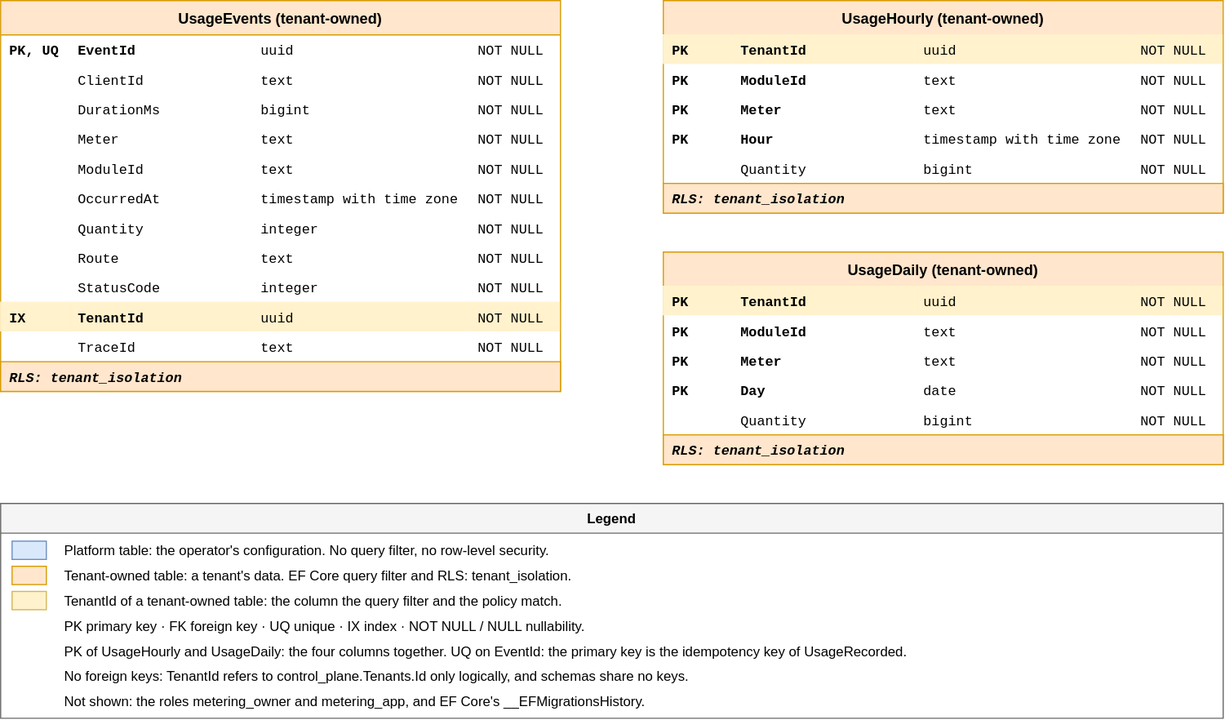
Above: content/docs/architecture/data-model-metering.drawio.svg in data-worx/homeport-site (draw.io), before the change. Source tidied: cells renumbered, new cells last; positions are measured from the earlier drawing's top-left corner, leaving out a move shared by most shapes.
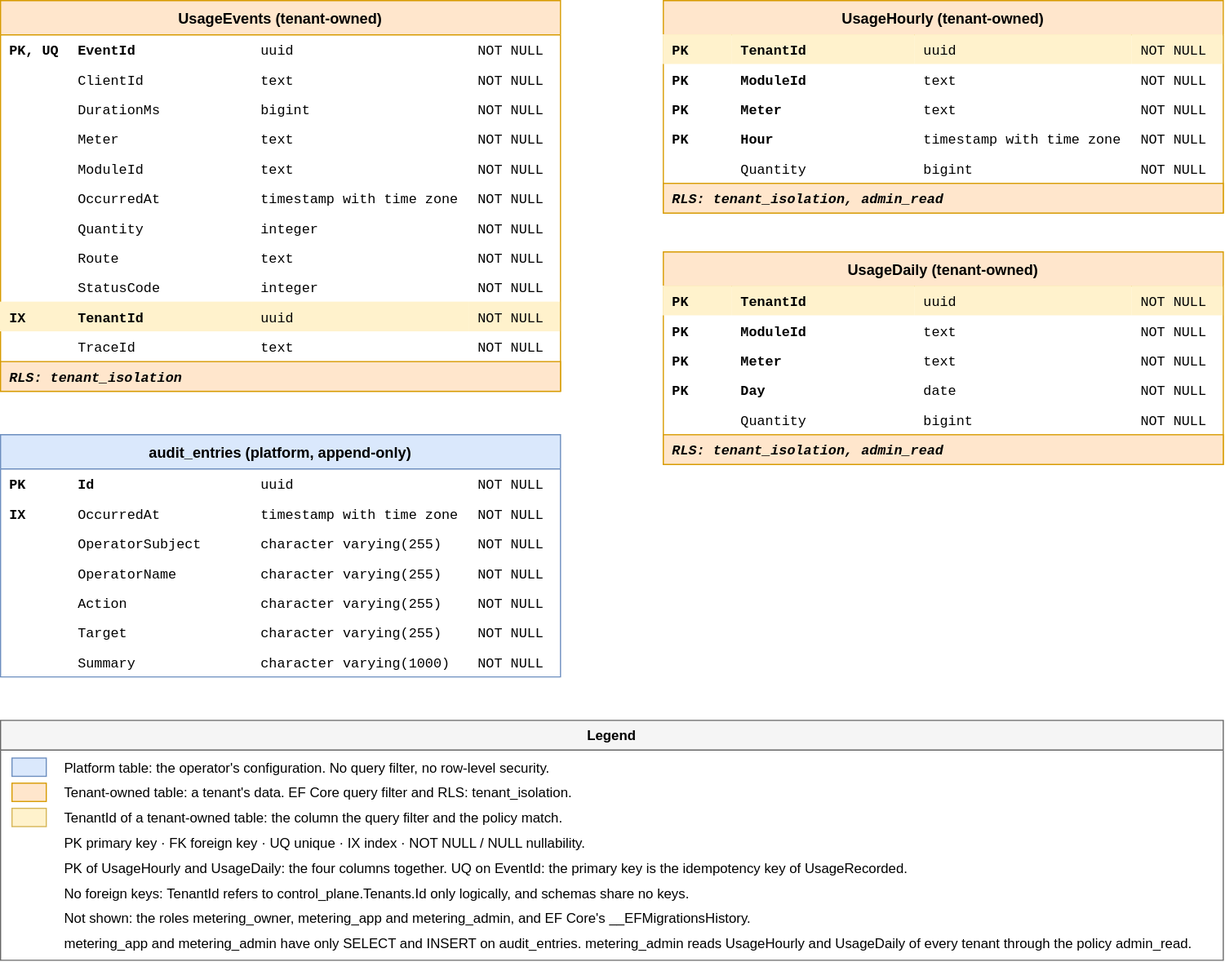
The same diagram one commit later.

What changed in the source:
```diff
@@ -203,7 +203,7 @@
     <mxCell id="68" value="NOT NULL" style="text;html=0;strokeColor=none;fillColor=none;fontFamily=Courier New;fontSize=12;align=left;verticalAlign=middle;spacingLeft=6;" parent="48" vertex="1">
       <mxGeometry x="410" y="134" width="80" height="26" as="geometry" />
     </mxCell>
-    <mxCell id="69" value="RLS: tenant_isolation" style="text;html=0;strokeColor=#d79b00;fillColor=#ffe6cc;fontFamily=Courier New;fontSize=12;fontStyle=3;align=left;verticalAlign=middle;spacingLeft=6;" parent="48" vertex="1">
+    <mxCell id="69" value="RLS: tenant_isolation, admin_read" style="text;html=0;strokeColor=#d79b00;fillColor=#ffe6cc;fontFamily=Courier New;fontSize=12;fontStyle=3;align=left;verticalAlign=middle;spacingLeft=6;" parent="48" vertex="1">
       <mxGeometry y="160" width="490" height="26" as="geometry" />
     </mxCell>
     <mxCell id="70" value="UsageDaily (tenant-owned)" style="swimlane;startSize=30;fillColor=#ffe6cc;strokeColor=#d79b00;fontStyle=1;fontSize=13;html=0;swimlaneFillColor=#ffffff;" parent="1" vertex="1">
@@ -269,11 +269,98 @@
     <mxCell id="90" value="NOT NULL" style="text;html=0;strokeColor=none;fillColor=none;fontFamily=Courier New;fontSize=12;align=left;verticalAlign=middle;spacingLeft=6;" parent="70" vertex="1">
       <mxGeometry x="410" y="134" width="80" height="26" as="geometry" />
     </mxCell>
-    <mxCell id="91" value="RLS: tenant_isolation" style="text;html=0;strokeColor=#d79b00;fillColor=#ffe6cc;fontFamily=Courier New;fontSize=12;fontStyle=3;align=left;verticalAlign=middle;spacingLeft=6;" parent="70" vertex="1">
+    <mxCell id="91" value="RLS: tenant_isolation, admin_read" style="text;html=0;strokeColor=#d79b00;fillColor=#ffe6cc;fontFamily=Courier New;fontSize=12;fontStyle=3;align=left;verticalAlign=middle;spacingLeft=6;" parent="70" vertex="1">
       <mxGeometry y="160" width="490" height="26" as="geometry" />
     </mxCell>
+    <mxCell id="103" value="audit_entries (platform, append-only)" style="swimlane;startSize=30;fillColor=#dae8fc;strokeColor=#6c8ebf;fontStyle=1;fontSize=13;html=0;swimlaneFillColor=#ffffff;" parent="1" vertex="1">
+      <mxGeometry y="380" width="490" height="212" as="geometry" />
+    </mxCell>
+    <mxCell id="104" value="PK" style="text;html=0;strokeColor=none;fillColor=none;fontFamily=Courier New;fontSize=12;align=left;verticalAlign=middle;spacingLeft=6;fontStyle=1;" parent="103" vertex="1">
+      <mxGeometry y="30" width="60" height="26" as="geometry" />
+    </mxCell>
+    <mxCell id="105" value="Id" style="text;html=0;strokeColor=none;fillColor=none;fontFamily=Courier New;fontSize=12;align=left;verticalAlign=middle;spacingLeft=6;fontStyle=1;" parent="103" vertex="1">
+      <mxGeometry x="60" y="30" width="160" height="26" as="geometry" />
+    </mxCell>
+    <mxCell id="106" value="uuid" style="text;html=0;strokeColor=none;fillColor=none;fontFamily=Courier New;fontSize=12;align=left;verticalAlign=middle;spacingLeft=6;" parent="103" vertex="1">
+      <mxGeometry x="220" y="30" width="190" height="26" as="geometry" />
+    </mxCell>
+    <mxCell id="107" value="NOT NULL" style="text;html=0;strokeColor=none;fillColor=none;fontFamily=Courier New;fontSize=12;align=left;verticalAlign=middle;spacingLeft=6;" parent="103" vertex="1">
+      <mxGeometry x="410" y="30" width="80" height="26" as="geometry" />
+    </mxCell>
+    <mxCell id="108" value="IX" style="text;html=0;strokeColor=none;fillColor=none;fontFamily=Courier New;fontSize=12;align=left;verticalAlign=middle;spacingLeft=6;fontStyle=1;" parent="103" vertex="1">
+      <mxGeometry y="56" width="60" height="26" as="geometry" />
+    </mxCell>
+    <mxCell id="109" value="OccurredAt" style="text;html=0;strokeColor=none;fillColor=none;fontFamily=Courier New;fontSize=12;align=left;verticalAlign=middle;spacingLeft=6;" parent="103" vertex="1">
+      <mxGeometry x="60" y="56" width="160" height="26" as="geometry" />
+    </mxCell>
+    <mxCell id="110" value="timestamp with time zone" style="text;html=0;strokeColor=none;fillColor=none;fontFamily=Courier New;fontSize=12;align=left;verticalAlign=middle;spacingLeft=6;" parent="103" vertex="1">
+      <mxGeometry x="220" y="56" width="190" height="26" as="geometry" />
+    </mxCell>
+    <mxCell id="111" value="NOT NULL" style="text;html=0;strokeColor=none;fillColor=none;fontFamily=Courier New;fontSize=12;align=left;verticalAlign=middle;spacingLeft=6;" parent="103" vertex="1">
+      <mxGeometry x="410" y="56" width="80" height="26" as="geometry" />
+    </mxCell>
+    <mxCell id="112" style="text;html=0;strokeColor=none;fillColor=none;fontFamily=Courier New;fontSize=12;align=left;verticalAlign=middle;spacingLeft=6;fontStyle=1;" parent="103" vertex="1">
+      <mxGeometry y="82" width="60" height="26" as="geometry" />
+    </mxCell>
+    <mxCell id="113" value="OperatorSubject" style="text;html=0;strokeColor=none;fillColor=none;fontFamily=Courier New;fontSize=12;align=left;verticalAlign=middle;spacingLeft=6;" parent="103" vertex="1">
+      <mxGeometry x="60" y="82" width="160" height="26" as="geometry" />
+    </mxCell>
+    <mxCell id="114" value="character varying(255)" style="text;html=0;strokeColor=none;fillColor=none;fontFamily=Courier New;fontSize=12;align=left;verticalAlign=middle;spacingLeft=6;" parent="103" vertex="1">
+      <mxGeometry x="220" y="82" width="190" height="26" as="geometry" />
+    </mxCell>
+    <mxCell id="115" value="NOT NULL" style="text;html=0;strokeColor=none;fillColor=none;fontFamily=Courier New;fontSize=12;align=left;verticalAlign=middle;spacingLeft=6;" parent="103" vertex="1">
+      <mxGeometry x="410" y="82" width="80" height="26" as="geometry" />
+    </mxCell>
+    <mxCell id="116" style="text;html=0;strokeColor=none;fillColor=none;fontFamily=Courier New;fontSize=12;align=left;verticalAlign=middle;spacingLeft=6;fontStyle=1;" parent="103" vertex="1">
+      <mxGeometry y="108" width="60" height="26" as="geometry" />
+    </mxCell>
+    <mxCell id="117" value="OperatorName" style="text;html=0;strokeColor=none;fillColor=none;fontFamily=Courier New;fontSize=12;align=left;verticalAlign=middle;spacingLeft=6;" parent="103" vertex="1">
+      <mxGeometry x="60" y="108" width="160" height="26" as="geometry" />
+    </mxCell>
+    <mxCell id="118" value="character varying(255)" style="text;html=0;strokeColor=none;fillColor=none;fontFamily=Courier New;fontSize=12;align=left;verticalAlign=middle;spacingLeft=6;" parent="103" vertex="1">
+      <mxGeometry x="220" y="108" width="190" height="26" as="geometry" />
+    </mxCell>
+    <mxCell id="119" value="NOT NULL" style="text;html=0;strokeColor=none;fillColor=none;fontFamily=Courier New;fontSize=12;align=left;verticalAlign=middle;spacingLeft=6;" parent="103" vertex="1">
+      <mxGeometry x="410" y="108" width="80" height="26" as="geometry" />
+    </mxCell>
+    <mxCell id="120" style="text;html=0;strokeColor=none;fillColor=none;fontFamily=Courier New;fontSize=12;align=left;verticalAlign=middle;spacingLeft=6;fontStyle=1;" parent="103" vertex="1">
+      <mxGeometry y="134" width="60" height="26" as="geometry" />
+    </mxCell>
+    <mxCell id="121" value="Action" style="text;html=0;strokeColor=none;fillColor=none;fontFamily=Courier New;fontSize=12;align=left;verticalAlign=middle;spacingLeft=6;" parent="103" vertex="1">
+      <mxGeometry x="60" y="134" width="160" height="26" as="geometry" />
+    </mxCell>
+    <mxCell id="122" value="character varying(255)" style="text;html=0;strokeColor=none;fillColor=none;fontFamily=Courier New;fontSize=12;align=left;verticalAlign=middle;spacingLeft=6;" parent="103" vertex="1">
+      <mxGeometry x="220" y="134" width="190" height="26" as="geometry" />
+    </mxCell>
+    <mxCell id="123" value="NOT NULL" style="text;html=0;strokeColor=none;fillColor=none;fontFamily=Courier New;fontSize=12;align=left;verticalAlign=middle;spacingLeft=6;" parent="103" vertex="1">
+      <mxGeometry x="410" y="134" width="80" height="26" as="geometry" />
+    </mxCell>
+    <mxCell id="124" style="text;html=0;strokeColor=none;fillColor=none;fontFamily=Courier New;fontSize=12;align=left;verticalAlign=middle;spacingLeft=6;fontStyle=1;" parent="103" vertex="1">
+      <mxGeometry y="160" width="60" height="26" as="geometry" />
+    </mxCell>
+    <mxCell id="125" value="Target" style="text;html=0;strokeColor=none;fillColor=none;fontFamily=Courier New;fontSize=12;align=left;verticalAlign=middle;spacingLeft=6;" parent="103" vertex="1">
+      <mxGeometry x="60" y="160" width="160" height="26" as="geometry" />
+    </mxCell>
+    <mxCell id="126" value="character varying(255)" style="text;html=0;strokeColor=none;fillColor=none;fontFamily=Courier New;fontSize=12;align=left;verticalAlign=middle;spacingLeft=6;" parent="103" vertex="1">
+      <mxGeometry x="220" y="160" width="190" height="26" as="geometry" />
+    </mxCell>
+    <mxCell id="127" value="NOT NULL" style="text;html=0;strokeColor=none;fillColor=none;fontFamily=Courier New;fontSize=12;align=left;verticalAlign=middle;spacingLeft=6;" parent="103" vertex="1">
+      <mxGeometry x="410" y="160" width="80" height="26" as="geometry" />
+    </mxCell>
+    <mxCell id="128" style="text;html=0;strokeColor=none;fillColor=none;fontFamily=Courier New;fontSize=12;align=left;verticalAlign=middle;spacingLeft=6;fontStyle=1;" parent="103" vertex="1">
+      <mxGeometry y="186" width="60" height="26" as="geometry" />
+    </mxCell>
+    <mxCell id="129" value="Summary" style="text;html=0;strokeColor=none;fillColor=none;fontFamily=Courier New;fontSize=12;align=left;verticalAlign=middle;spacingLeft=6;" parent="103" vertex="1">
+      <mxGeometry x="60" y="186" width="160" height="26" as="geometry" />
+    </mxCell>
+    <mxCell id="130" value="character varying(1000)" style="text;html=0;strokeColor=none;fillColor=none;fontFamily=Courier New;fontSize=12;align=left;verticalAlign=middle;spacingLeft=6;" parent="103" vertex="1">
+      <mxGeometry x="220" y="186" width="190" height="26" as="geometry" />
+    </mxCell>
+    <mxCell id="131" value="NOT NULL" style="text;html=0;strokeColor=none;fillColor=none;fontFamily=Courier New;fontSize=12;align=left;verticalAlign=middle;spacingLeft=6;" parent="103" vertex="1">
+      <mxGeometry x="410" y="186" width="80" height="26" as="geometry" />
+    </mxCell>
     <mxCell id="92" value="Legend" style="swimlane;startSize=26;fillColor=#f5f5f5;strokeColor=#666666;fontStyle=1;html=0;swimlaneFillColor=#ffffff;" parent="1" vertex="1">
-      <mxGeometry y="440" width="1070" height="188" as="geometry" />
+      <mxGeometry y="630" width="1070" height="210" as="geometry" />
     </mxCell>
     <mxCell id="93" style="rounded=0;fillColor=#dae8fc;strokeColor=#6c8ebf;html=0;" parent="92" vertex="1">
       <mxGeometry x="10" y="33" width="30" height="16" as="geometry" />
@@ -302,8 +389,11 @@
     <mxCell id="101" value="No foreign keys: TenantId refers to control_plane.Tenants.Id only logically, and schemas share no keys." style="text;html=0;strokeColor=none;fillColor=none;align=left;verticalAlign=middle;fontSize=12;spacingLeft=4;" parent="92" vertex="1">
       <mxGeometry x="50" y="140" width="980" height="22" as="geometry" />
     </mxCell>
-    <mxCell id="102" value="Not shown: the roles metering_owner and metering_app, and EF Core's __EFMigrationsHistory." style="text;html=0;strokeColor=none;fillColor=none;align=left;verticalAlign=middle;fontSize=12;spacingLeft=4;" parent="92" vertex="1">
+    <mxCell id="102" value="Not shown: the roles metering_owner, metering_app and metering_admin, and EF Core's __EFMigrationsHistory." style="text;html=0;strokeColor=none;fillColor=none;align=left;verticalAlign=middle;fontSize=12;spacingLeft=4;" parent="92" vertex="1">
       <mxGeometry x="50" y="162" width="980" height="22" as="geometry" />
     </mxCell>
+    <mxCell id="132" value="metering_app and metering_admin have only SELECT and INSERT on audit_entries. metering_admin reads UsageHourly and UsageDaily of every tenant through the policy admin_read." style="text;html=0;strokeColor=none;fillColor=none;align=left;verticalAlign=middle;fontSize=12;spacingLeft=4;" parent="92" vertex="1">
+      <mxGeometry x="50" y="184" width="980" height="22" as="geometry" />
+    </mxCell>
   </root>
 </mxGraphModel>
```
